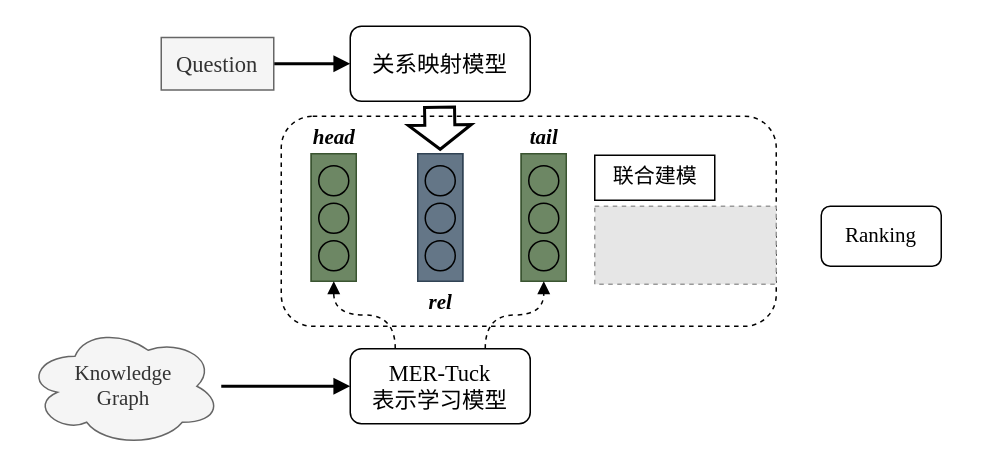
Earlier version of the draw.io diagram kgeQA.drawio (Dionysusssss/GraduationDesign2). Source tidied: cells renumbered, new cells numbered last; positions are measured from the earlier drawing's top-left corner, leaving out a move shared by most shapes. Both pictures are drawn from the tidied source at 150%, with x=0, y=0 at pixel (26, 26). Pictures stored in the file or linked from it are replaced by grey dashed boxes.
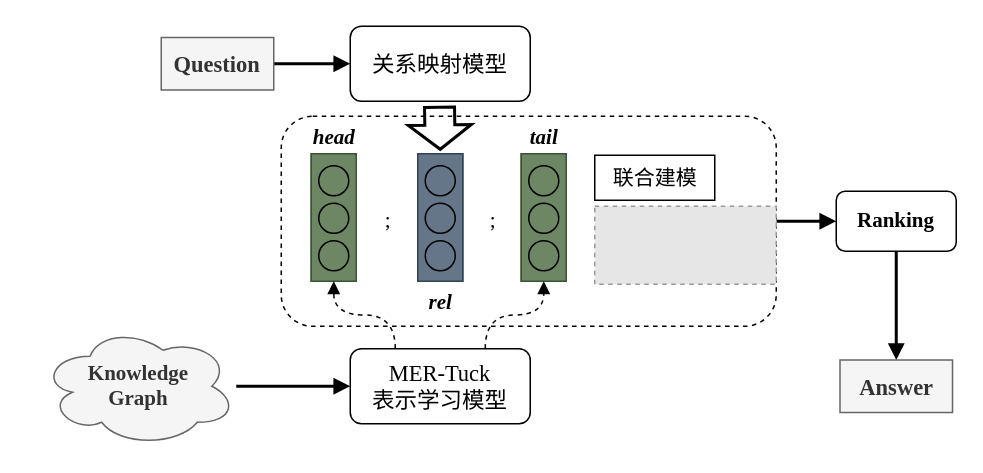
The same page after the edit.

Unchanged cells that the change refers to:
```xml
<mxCell id="2" style="rounded=1;whiteSpace=wrap;html=1;strokeColor=#000000;fontFamily=Times New Roman;fontSize=14;dashed=1;" parent="1" vertex="1">
  <mxGeometry x="170" y="60" width="330" height="140" as="geometry" />
</mxCell>
```

Change to the diagram source:
```diff
@@
+    <mxCell id="33" style="edgeStyle=orthogonalEdgeStyle;curved=1;rounded=0;jettySize=auto;html=1;strokeWidth=2;fontFamily=Times New Roman;fontSize=14;endArrow=block;endFill=1;" parent="1" edge="1" source="2" target="32">
+      <mxGeometry relative="1" as="geometry" />
+    </mxCell>
@@
-    <mxCell id="19" value="Knowledge &lt;br&gt;Graph" style="ellipse;shape=cloud;whiteSpace=wrap;html=1;strokeColor=#666666;fontFamily=Times New Roman;fontSize=14;fillColor=#f5f5f5;fontColor=#333333;" parent="1" vertex="1">
-      <mxGeometry y="200" width="130" height="80" as="geometry" />
+    <mxCell id="19" value="Knowledge &lt;br&gt;Graph" style="ellipse;shape=cloud;whiteSpace=wrap;html=1;strokeColor=#666666;fontFamily=Garamond;fontSize=14;fillColor=#f5f5f5;fontColor=#333333;fontStyle=1;" parent="1" vertex="1">
+      <mxGeometry x="10" y="200" width="130" height="80" as="geometry" />
     </mxCell>
@@
-    <mxCell id="22" value="MER-Tuck&lt;br&gt;表示学习模型" style="rounded=1;whiteSpace=wrap;html=1;strokeColor=#000000;fontFamily=Times New Roman;fontSize=15;" parent="1" vertex="1">
+    <mxCell id="22" value="&lt;font face=&quot;Times New Roman&quot;&gt;MER-Tuck&lt;/font&gt;&lt;br&gt;表示学习模型" style="rounded=1;whiteSpace=wrap;html=1;strokeColor=#000000;fontFamily=SimSun;fontSize=15;fontStyle=0;" parent="1" vertex="1">
       <mxGeometry x="216" y="215" width="120" height="50" as="geometry" />
     </mxCell>
-    <mxCell id="23" value="&lt;font style=&quot;font-size: 15px;&quot;&gt;关系映射模型&lt;/font&gt;" style="rounded=1;whiteSpace=wrap;html=1;fontFamily=Times New Roman;" parent="1" vertex="1">
+    <mxCell id="23" value="&lt;font style=&quot;font-size: 15px;&quot;&gt;关系映射模型&lt;/font&gt;" style="rounded=1;whiteSpace=wrap;html=1;fontFamily=SimSun;fontStyle=0;" parent="1" vertex="1">
       <mxGeometry x="216" width="120" height="50" as="geometry" />
     </mxCell>
@@
-    <mxCell id="25" value="&lt;font style=&quot;font-size: 15px;&quot;&gt;Question&lt;/font&gt;" style="rounded=0;whiteSpace=wrap;html=1;strokeColor=#666666;fillColor=#f5f5f5;fontColor=#333333;fontFamily=Times New Roman;" parent="1" vertex="1">
+    <mxCell id="25" value="&lt;font style=&quot;font-size: 15px;&quot;&gt;Question&lt;/font&gt;" style="rounded=0;whiteSpace=wrap;html=1;strokeColor=#666666;fillColor=#f5f5f5;fontColor=#333333;fontFamily=Garamond;fontStyle=1;" parent="1" vertex="1">
       <mxGeometry x="90" y="7.5" width="75" height="35" as="geometry" />
     </mxCell>
-    <mxCell id="26" value="联合建模" style="text;html=1;align=center;verticalAlign=middle;strokeColor=default;fillColor=none;fontSize=14;fontFamily=Times New Roman;" parent="1" vertex="1">
+    <mxCell id="26" value="联合建模" style="text;html=1;align=center;verticalAlign=middle;strokeColor=default;fillColor=none;fontSize=14;fontFamily=SimSun;fontStyle=0;" parent="1" vertex="1">
       <mxGeometry x="379" y="86" width="80" height="30" as="geometry" />
     </mxCell>
@@
+    <mxCell id="34" style="edgeStyle=orthogonalEdgeStyle;curved=1;rounded=0;jettySize=auto;html=1;strokeWidth=2;fontFamily=Times New Roman;fontSize=14;endArrow=block;endFill=1;entryX=0.5;entryY=0;entryDx=0;entryDy=0;" parent="1" edge="1" source="32" target="37">
+      <mxGeometry relative="1" as="geometry" />
+    </mxCell>
-    <mxCell id="32" value="Ranking" style="rounded=1;whiteSpace=wrap;html=1;strokeColor=default;fontFamily=Times New Roman;fontSize=14;" parent="1" vertex="1">
-      <mxGeometry x="530" y="120" width="80" height="40" as="geometry" />
+    <mxCell id="32" value="Ranking" style="rounded=1;whiteSpace=wrap;html=1;strokeColor=default;fontFamily=Times New Roman;fontSize=14;fontStyle=1;" parent="1" vertex="1">
+      <mxGeometry x="540" y="110" width="80" height="40" as="geometry" />
     </mxCell>
+    <mxCell id="35" value=";" style="text;html=1;align=center;verticalAlign=middle;strokeColor=none;fillColor=none;fontSize=14;fontFamily=Times New Roman;" parent="1" vertex="1">
+      <mxGeometry x="226" y="115" width="30" height="30" as="geometry" />
+    </mxCell>
+    <mxCell id="36" value=";" style="text;html=1;align=center;verticalAlign=middle;strokeColor=none;fillColor=none;fontSize=14;fontFamily=Times New Roman;" parent="1" vertex="1">
+      <mxGeometry x="296" y="115" width="30" height="30" as="geometry" />
+    </mxCell>
+    <mxCell id="37" value="&lt;font style=&quot;font-size: 15px;&quot;&gt;Answer&lt;/font&gt;" style="rounded=0;whiteSpace=wrap;html=1;strokeColor=#666666;fillColor=#f5f5f5;fontColor=#333333;fontFamily=Garamond;fontStyle=1;" parent="1" vertex="1">
+      <mxGeometry x="542.5" y="222.5" width="75" height="35" as="geometry" />
+    </mxCell>
```
